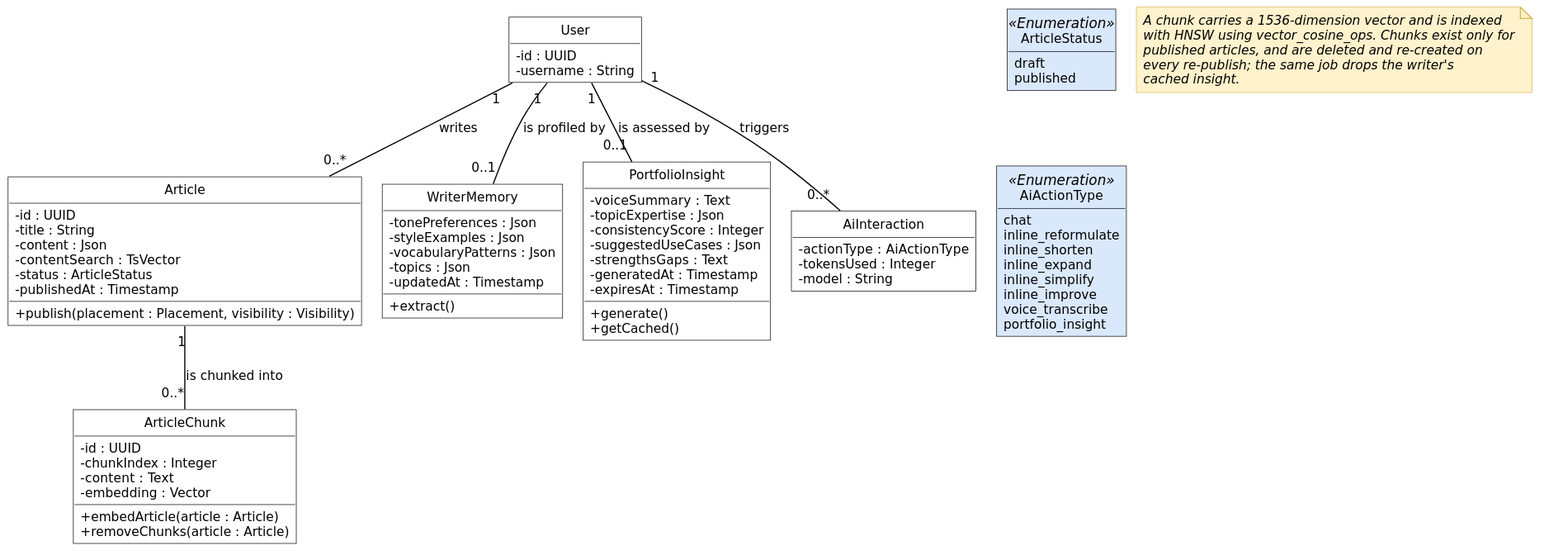
Earlier version of the PlantUML export diagrams/fig-5-6-classes-sprint-4/fig-5-6-classes-sprint-4.svg (inkwell-dev/spec.inkwell.ai).
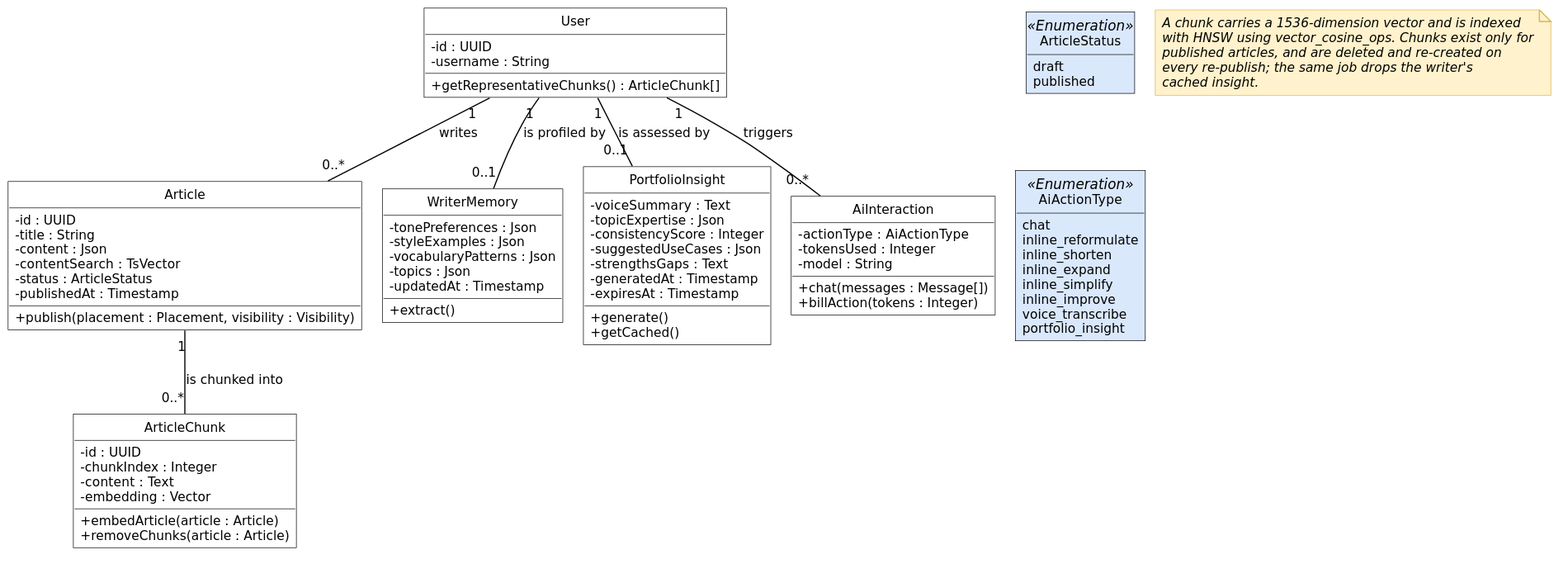
After the change.

Diff of the diagram source:
```diff
@@ -8,6 +8,7 @@
 class User {
   - id : UUID
   - username : String
+  + getRepresentativeChunks() : ArticleChunk[]
 }
 class Article {
   - id : UUID
@@ -49,6 +50,8 @@
   - actionType : AiActionType
   - tokensUsed : Integer
   - model : String
+  + chat(messages : Message[])
+  + billAction(tokens : Integer)
 }
 
 class ArticleStatus <<Enumeration>> {
```
